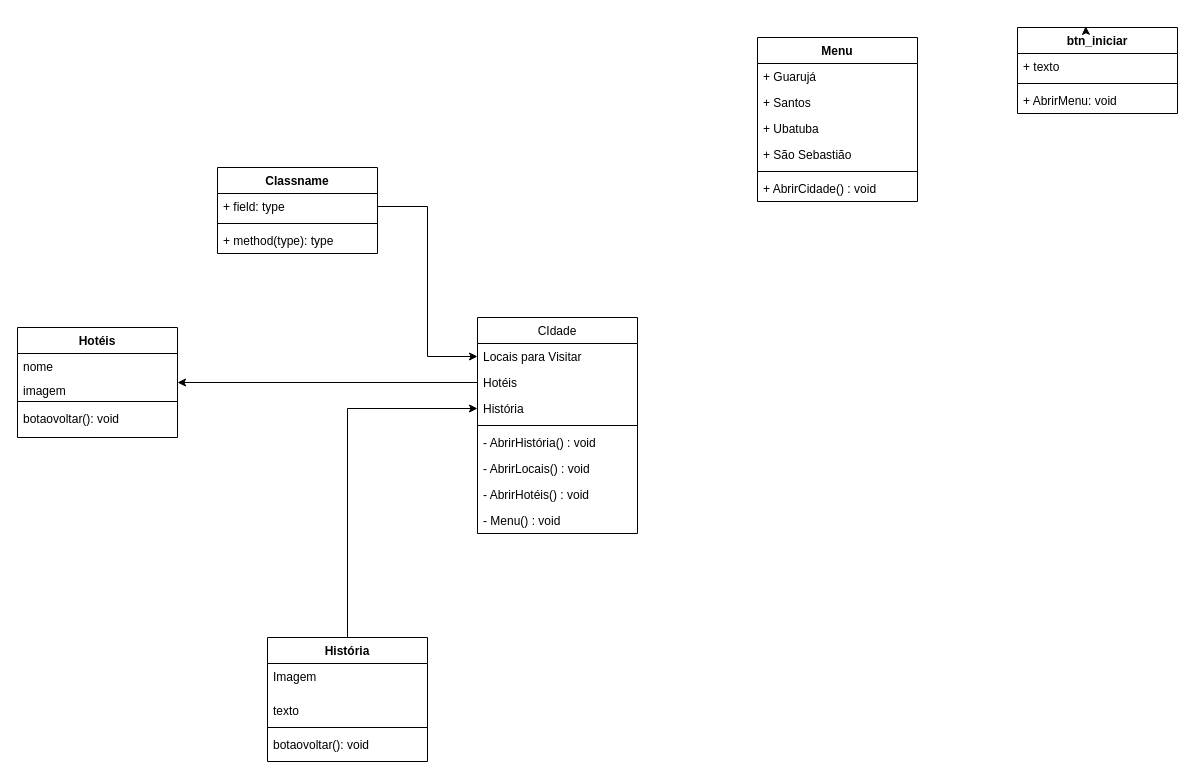
Earlier version of the draw.io diagram Diagrama sem nome.drawio (Dias070913/Mare-alta). Source tidied: cells renumbered, new cells numbered last; positions are measured from the earlier drawing's top-left corner, leaving out a move shared by most shapes. Both pictures are drawn from the tidied source at 100%, with x=0, y=0 at pixel (17, 27).
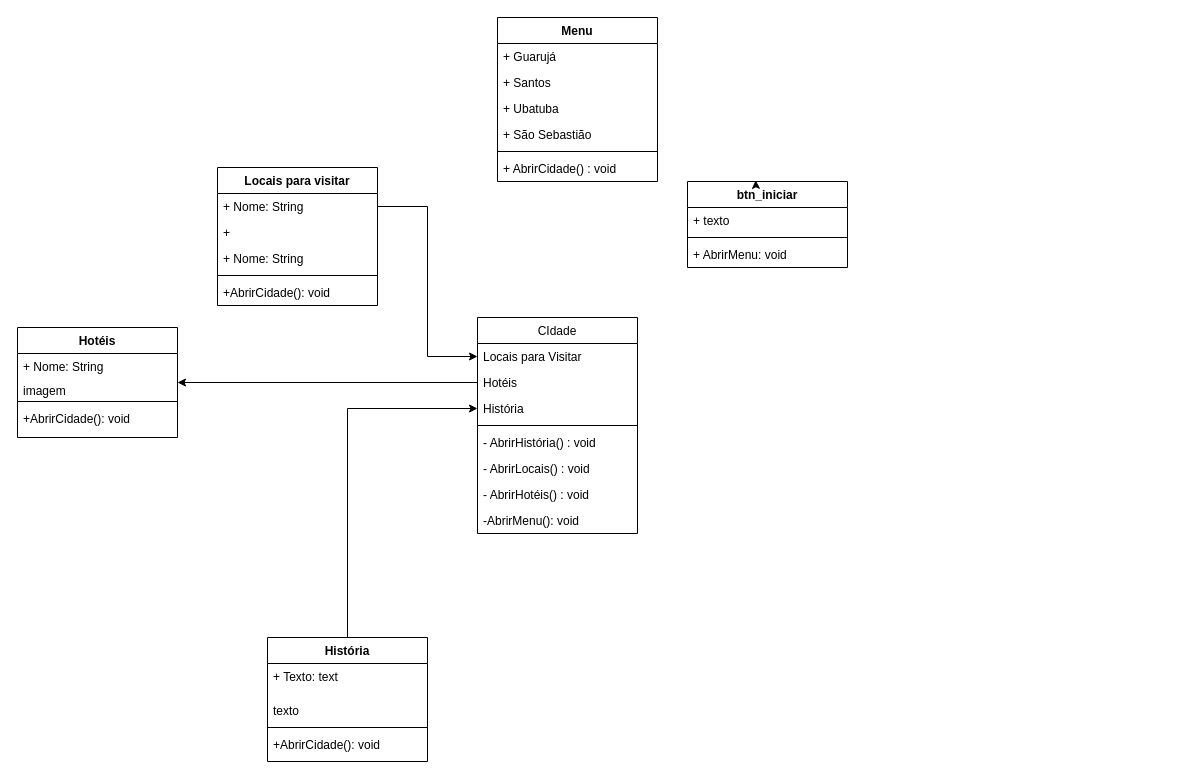
The same diagram, later.

The change refers to these unchanged cells:
```xml
<mxCell id="2" value="CIdade" style="swimlane;fontStyle=0;align=center;verticalAlign=top;horizontal=1;startSize=26;rounded=0;shadow=0;strokeWidth=1;" parent="1" vertex="1">
  <mxGeometry x="460" y="290" width="160" height="216" as="geometry" />
</mxCell>
<mxCell id="12" value="História" style="swimlane;fontStyle=1;align=center;verticalAlign=top;horizontal=1;startSize=26;whiteSpace=wrap;html=1;" parent="1" vertex="1">
  <mxGeometry x="250" y="610" width="160" height="124" as="geometry" />
</mxCell>
<mxCell id="17" value="Hotéis" style="swimlane;fontStyle=1;align=center;verticalAlign=top;horizontal=1;startSize=26;whiteSpace=wrap;html=1;" parent="1" vertex="1">
  <mxGeometry y="300" width="160" height="110" as="geometry" />
</mxCell>
```

The edit, as a diff of the source:
```diff
@@
-    <mxCell id="10" value="- Menu() : void" style="text;align=left;verticalAlign=top;spacingLeft=4;spacingRight=4;overflow=hidden;" parent="2" vertex="1">
+    <mxCell id="10" value="-AbrirMenu(): void" style="text;align=left;verticalAlign=top;spacingLeft=4;spacingRight=4;overflow=hidden;" parent="2" vertex="1">
       <mxGeometry y="190" width="160" height="26" as="geometry" />
     </mxCell>
@@
-    <mxCell id="13" value="Imagem" style="text;strokeColor=none;fillColor=none;align=left;verticalAlign=top;spacingLeft=4;spacingRight=4;overflow=hidden;whiteSpace=wrap;html=1;" parent="12" vertex="1">
+    <mxCell id="13" value="+ Texto: text" style="text;strokeColor=none;fillColor=none;align=left;verticalAlign=top;spacingLeft=4;spacingRight=4;overflow=hidden;whiteSpace=wrap;html=1;" parent="12" vertex="1">
       <mxGeometry y="26" width="160" height="34" as="geometry" />
     </mxCell>
@@
-    <mxCell id="16" value="botaovoltar(): void" style="text;strokeColor=none;fillColor=none;align=left;verticalAlign=top;spacingLeft=4;spacingRight=4;overflow=hidden;whiteSpace=wrap;html=1;" parent="12" vertex="1">
+    <mxCell id="16" value="+AbrirCidade(): void" style="text;strokeColor=none;fillColor=none;align=left;verticalAlign=top;spacingLeft=4;spacingRight=4;overflow=hidden;whiteSpace=wrap;html=1;" parent="12" vertex="1">
       <mxGeometry y="94" width="160" height="30" as="geometry" />
     </mxCell>
@@
-    <mxCell id="18" value="nome&lt;div&gt;&lt;br&gt;&lt;/div&gt;" style="text;strokeColor=none;fillColor=none;align=left;verticalAlign=top;spacingLeft=4;spacingRight=4;overflow=hidden;whiteSpace=wrap;html=1;" parent="17" vertex="1">
+    <mxCell id="18" value="+ Nome: String" style="text;strokeColor=none;fillColor=none;align=left;verticalAlign=top;spacingLeft=4;spacingRight=4;overflow=hidden;whiteSpace=wrap;html=1;" parent="17" vertex="1">
       <mxGeometry y="26" width="160" height="24" as="geometry" />
     </mxCell>
@@
-    <mxCell id="21" value="botaovoltar(): void" style="text;strokeColor=none;fillColor=none;align=left;verticalAlign=top;spacingLeft=4;spacingRight=4;overflow=hidden;whiteSpace=wrap;html=1;" parent="17" vertex="1">
+    <mxCell id="21" value="+AbrirCidade(): void" style="text;strokeColor=none;fillColor=none;align=left;verticalAlign=top;spacingLeft=4;spacingRight=4;overflow=hidden;whiteSpace=wrap;html=1;" parent="17" vertex="1">
       <mxGeometry y="78" width="160" height="32" as="geometry" />
     </mxCell>
@@
     <mxCell id="23" value="btn_iniciar" style="swimlane;fontStyle=1;align=center;verticalAlign=top;horizontal=1;startSize=26;whiteSpace=wrap;html=1;" parent="1" vertex="1">
-      <mxGeometry x="1000" width="160" height="86" as="geometry" />
+      <mxGeometry x="670" y="154" width="160" height="86" as="geometry" />
     </mxCell>
@@
     <mxCell id="28" value="Menu" style="swimlane;fontStyle=1;align=center;verticalAlign=top;horizontal=1;startSize=26;whiteSpace=wrap;html=1;" parent="1" vertex="1">
-      <mxGeometry x="740" y="10" width="160" height="164" as="geometry" />
+      <mxGeometry x="480" y="-10" width="160" height="164" as="geometry" />
     </mxCell>
@@
-    <mxCell id="35" value="Classname" style="swimlane;fontStyle=1;align=center;verticalAlign=top;horizontal=1;startSize=26;whiteSpace=wrap;html=1;" parent="1" vertex="1">
-      <mxGeometry x="200" y="140" width="160" height="86" as="geometry" />
+    <mxCell id="35" value="Locais para visitar" style="swimlane;fontStyle=1;align=center;verticalAlign=top;horizontal=1;startSize=26;whiteSpace=wrap;html=1;" parent="1" vertex="1">
+      <mxGeometry x="200" y="140" width="160" height="138" as="geometry" />
     </mxCell>
-    <mxCell id="36" value="+ field: type" style="text;strokeColor=none;fillColor=none;align=left;verticalAlign=top;spacingLeft=4;spacingRight=4;overflow=hidden;points=[[0,0.5],[1,0.5]];portConstraint=eastwest;whiteSpace=wrap;html=1;" parent="35" vertex="1">
+    <mxCell id="36" value="+ Nome: String" style="text;strokeColor=none;fillColor=none;align=left;verticalAlign=top;spacingLeft=4;spacingRight=4;overflow=hidden;points=[[0,0.5],[1,0.5]];portConstraint=eastwest;whiteSpace=wrap;html=1;" parent="35" vertex="1">
       <mxGeometry y="26" width="160" height="26" as="geometry" />
     </mxCell>
+    <mxCell id="40" value="+&amp;nbsp;" style="text;strokeColor=none;fillColor=none;align=left;verticalAlign=top;spacingLeft=4;spacingRight=4;overflow=hidden;whiteSpace=wrap;html=1;" parent="35" vertex="1">
+      <mxGeometry y="52" width="160" height="26" as="geometry" />
+    </mxCell>
+    <mxCell id="41" value="+ Nome: String" style="text;strokeColor=none;fillColor=none;align=left;verticalAlign=top;spacingLeft=4;spacingRight=4;overflow=hidden;whiteSpace=wrap;html=1;" parent="35" vertex="1">
+      <mxGeometry y="78" width="160" height="26" as="geometry" />
+    </mxCell>
     <mxCell id="37" style="line;strokeWidth=1;fillColor=none;align=left;verticalAlign=middle;spacingTop=-1;spacingLeft=3;spacingRight=3;labelPosition=right;strokeColor=inherit;" parent="35" vertex="1">
-      <mxGeometry y="52" width="160" height="8" as="geometry" />
+      <mxGeometry y="104" width="160" height="8" as="geometry" />
     </mxCell>
-    <mxCell id="38" value="+ method(type): type" style="text;strokeColor=none;fillColor=none;align=left;verticalAlign=top;spacingLeft=4;spacingRight=4;overflow=hidden;whiteSpace=wrap;html=1;" parent="35" vertex="1">
-      <mxGeometry y="60" width="160" height="26" as="geometry" />
+    <mxCell id="38" value="+AbrirCidade(): void" style="text;strokeColor=none;fillColor=none;align=left;verticalAlign=top;spacingLeft=4;spacingRight=4;overflow=hidden;whiteSpace=wrap;html=1;" parent="35" vertex="1">
+      <mxGeometry y="112" width="160" height="26" as="geometry" />
     </mxCell>
```
